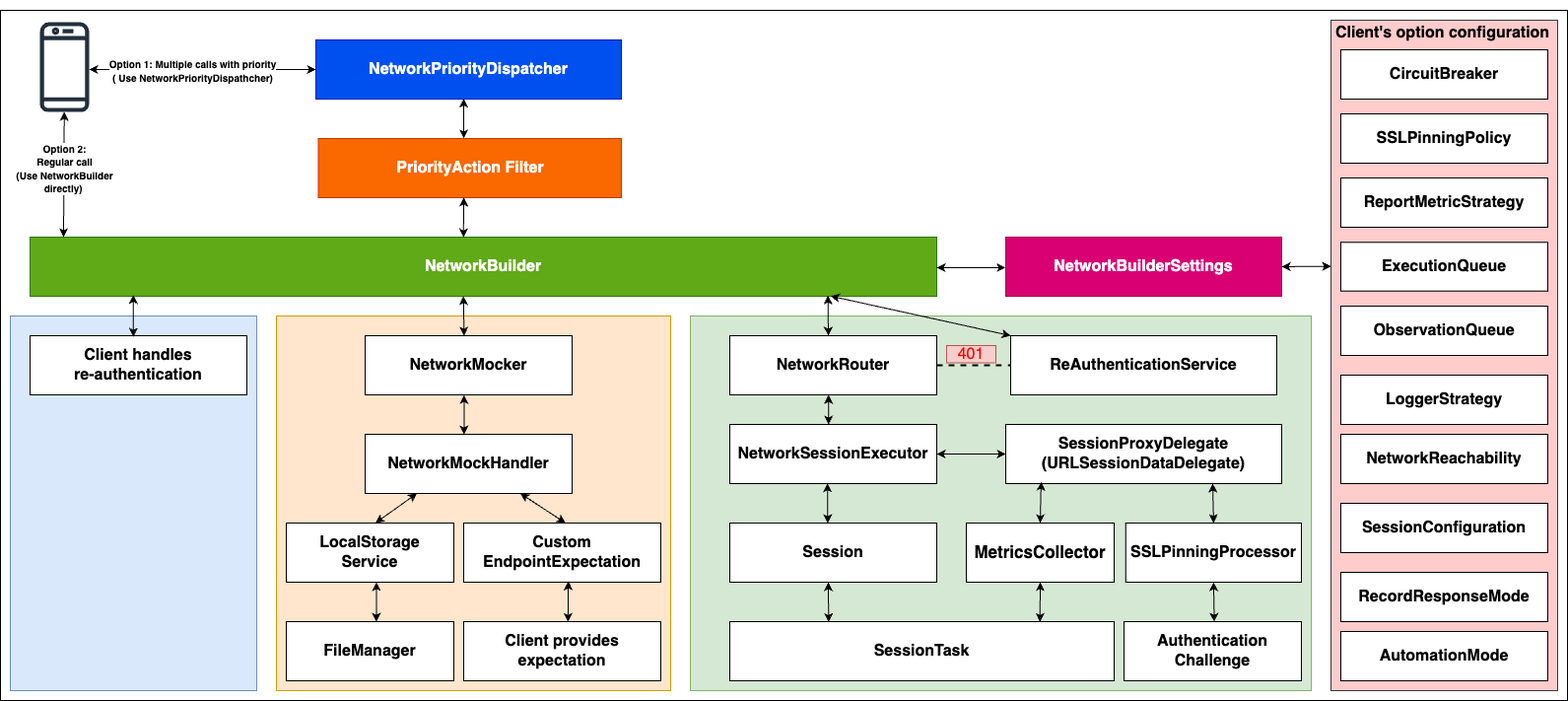
Before: Documents/NetworkCompose-Architecture.png, a diagram exported from draw.io (harryngict/NetworkCompose). Source tidied: cells renumbered, new cells last; positions are measured from the earlier drawing's top-left corner, leaving out a move shared by most shapes.
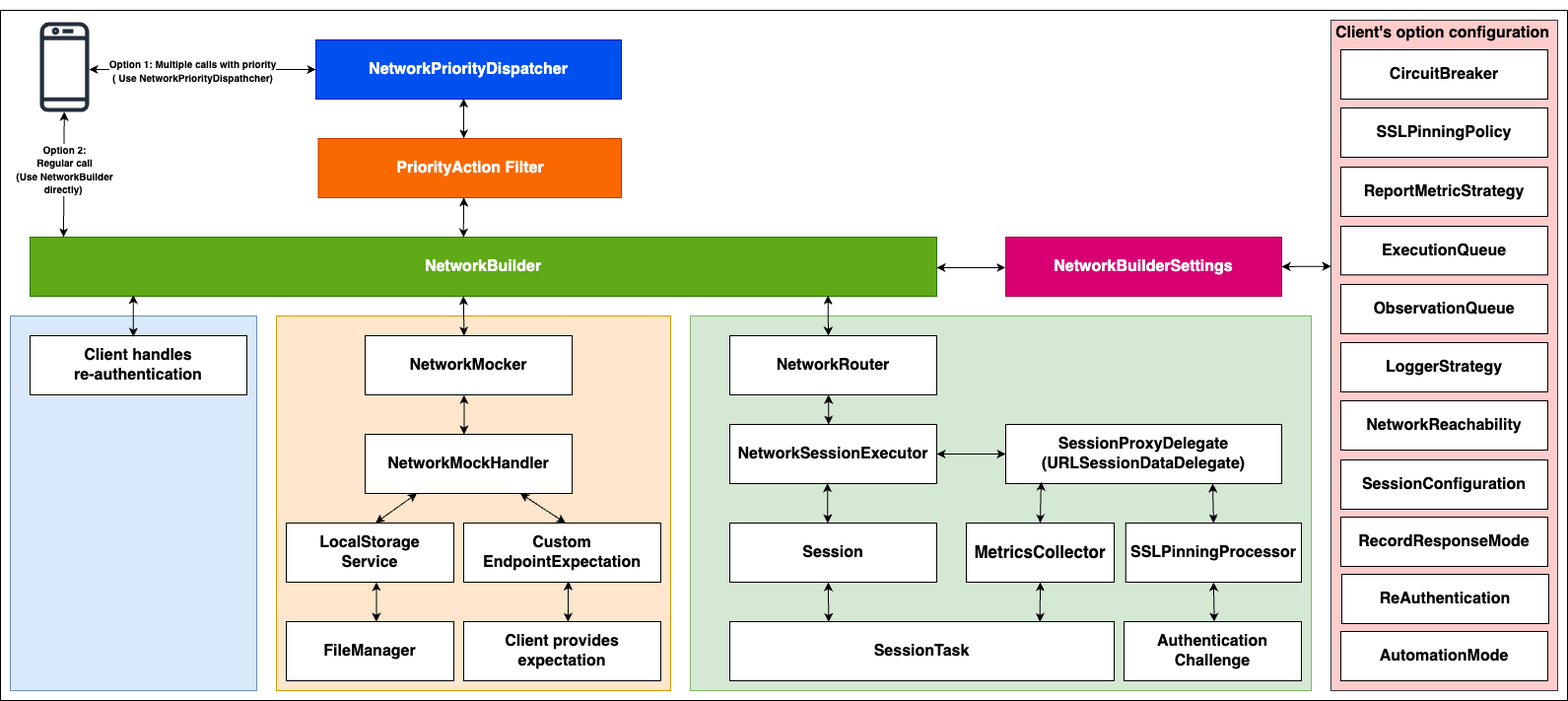
After the commit.

Diff of the diagram source:
```diff
@@ -78,31 +78,31 @@
       <mxGeometry x="1350" y="10" width="230" height="680" as="geometry" />
     </mxCell>
     <mxCell id="26" value="&lt;font style=&quot;font-size: 16px;&quot;&gt;&lt;b&gt;NetworkReachability&lt;/b&gt;&lt;/font&gt;" style="rounded=0;whiteSpace=wrap;html=1;" parent="1" vertex="1">
-      <mxGeometry x="1360" y="430" width="210" height="50" as="geometry" />
+      <mxGeometry x="1360" y="396" width="210" height="50" as="geometry" />
     </mxCell>
     <mxCell id="27" value="&lt;font style=&quot;font-size: 16px;&quot;&gt;&lt;b&gt;ObservationQueue&lt;/b&gt;&lt;/font&gt;" style="rounded=0;whiteSpace=wrap;html=1;" parent="1" vertex="1">
-      <mxGeometry x="1360" y="300" width="210" height="50" as="geometry" />
+      <mxGeometry x="1360" y="278" width="210" height="50" as="geometry" />
     </mxCell>
     <mxCell id="28" value="&lt;font style=&quot;font-size: 16px;&quot;&gt;&lt;b&gt;ExecutionQueue&lt;/b&gt;&lt;/font&gt;" style="rounded=0;whiteSpace=wrap;html=1;" parent="1" vertex="1">
-      <mxGeometry x="1360" y="235.3" width="210" height="49.4" as="geometry" />
+      <mxGeometry x="1360" y="219" width="210" height="49.4" as="geometry" />
     </mxCell>
     <mxCell id="29" value="&lt;b&gt;&lt;font style=&quot;font-size: 16px;&quot;&gt;SessionConfiguration&lt;/font&gt;&lt;/b&gt;" style="rounded=0;whiteSpace=wrap;html=1;" parent="1" vertex="1">
-      <mxGeometry x="1360" y="500" width="210" height="50" as="geometry" />
+      <mxGeometry x="1360" y="456" width="210" height="50" as="geometry" />
     </mxCell>
     <mxCell id="30" value="&lt;font style=&quot;font-size: 16px;&quot;&gt;&lt;b&gt;AutomationMode&lt;/b&gt;&lt;/font&gt;" style="rounded=0;whiteSpace=wrap;html=1;" parent="1" vertex="1">
       <mxGeometry x="1360" y="630" width="210" height="50" as="geometry" />
     </mxCell>
     <mxCell id="31" value="&lt;font style=&quot;font-size: 16px;&quot;&gt;&lt;b&gt;RecordResponseMode&lt;/b&gt;&lt;/font&gt;" style="rounded=0;whiteSpace=wrap;html=1;" parent="1" vertex="1">
-      <mxGeometry x="1360" y="570" width="210" height="50" as="geometry" />
+      <mxGeometry x="1360" y="514" width="210" height="50" as="geometry" />
     </mxCell>
     <mxCell id="32" value="&lt;font style=&quot;font-size: 16px;&quot;&gt;&lt;b&gt;LoggerStrategy&lt;/b&gt;&lt;/font&gt;" style="rounded=0;whiteSpace=wrap;html=1;" parent="1" vertex="1">
-      <mxGeometry x="1360" y="370" width="210" height="50" as="geometry" />
+      <mxGeometry x="1360" y="337" width="210" height="50" as="geometry" />
     </mxCell>
     <mxCell id="33" value="&lt;font style=&quot;font-size: 16px;&quot;&gt;&lt;b&gt;ReportMetricStrategy&lt;/b&gt;&lt;/font&gt;" style="rounded=0;whiteSpace=wrap;html=1;" parent="1" vertex="1">
-      <mxGeometry x="1360" y="170" width="210" height="50" as="geometry" />
+      <mxGeometry x="1360" y="159" width="210" height="50" as="geometry" />
     </mxCell>
     <mxCell id="34" value="&lt;font style=&quot;font-size: 16px;&quot;&gt;&lt;b&gt;SSLPinningPolicy&lt;/b&gt;&lt;/font&gt;" style="rounded=0;whiteSpace=wrap;html=1;" parent="1" vertex="1">
-      <mxGeometry x="1360" y="105" width="210" height="50" as="geometry" />
+      <mxGeometry x="1360" y="99" width="210" height="50" as="geometry" />
     </mxCell>
     <mxCell id="35" value="&lt;h1 style=&quot;&quot;&gt;&lt;font style=&quot;font-size: 16px;&quot;&gt;Client's option configuration&lt;/font&gt;&lt;br&gt;&lt;/h1&gt;" style="text;html=1;strokeColor=none;fillColor=none;spacing=5;spacingTop=-20;whiteSpace=wrap;overflow=hidden;rounded=0;" parent="1" vertex="1">
       <mxGeometry x="1350" width="230" height="40" as="geometry" />
@@ -198,20 +198,11 @@
     <mxCell id="62" value="&lt;b style=&quot;border-color: var(--border-color); font-size: x-small;&quot;&gt;Option 1: Multiple calls with priority&lt;br style=&quot;border-color: var(--border-color);&quot;&gt;( Use NetworkPriorityDispathcher)&lt;/b&gt;" style="edgeLabel;html=1;align=center;verticalAlign=middle;" parent="61" vertex="1">
       <mxGeometry x="-0.09" y="-1" relative="1" as="geometry" />
     </mxCell>
-    <mxCell id="63" value="&lt;b&gt;&lt;font style=&quot;font-size: 16px;&quot;&gt;ReAuthenticationService&lt;/font&gt;&lt;/b&gt;" style="rounded=0;whiteSpace=wrap;html=1;" parent="1" vertex="1">
-      <mxGeometry x="1025" y="330" width="270" height="60" as="geometry" />
-    </mxCell>
-    <mxCell id="64" style="endArrow=classic;startArrow=classic;html=1;rounded=0;entryX=0.883;entryY=0.997;entryDx=0;entryDy=0;entryPerimeter=0;exitX=0;exitY=0;exitDx=0;exitDy=0;" parent="1" edge="1" source="63" target="7">
-      <mxGeometry relative="1" as="geometry" />
-    </mxCell>
-    <mxCell id="65" value="&lt;font color=&quot;#ff0000&quot; style=&quot;font-size: 16px;&quot;&gt;401&lt;/font&gt;" style="text;html=1;strokeColor=#b85450;fillColor=#f8cecc;align=center;verticalAlign=middle;whiteSpace=wrap;rounded=0;" parent="1" vertex="1">
-      <mxGeometry x="960" y="340" width="50" height="17.5" as="geometry" />
-    </mxCell>
-    <mxCell id="66" style="endArrow=none;dashed=1;html=1;rounded=0;exitX=1;exitY=0.5;exitDx=0;exitDy=0;strokeWidth=2;" parent="1" edge="1" source="9" target="63">
-      <mxGeometry relative="1" as="geometry" />
-    </mxCell>
     <mxCell id="67" value="&lt;b&gt;&lt;font style=&quot;font-size: 16px;&quot;&gt;CircuitBreaker&lt;/font&gt;&lt;/b&gt;" style="rounded=0;whiteSpace=wrap;html=1;" parent="1" vertex="1">
       <mxGeometry x="1360" y="40" width="210" height="50" as="geometry" />
     </mxCell>
+    <mxCell id="68" value="&lt;font style=&quot;font-size: 16px;&quot;&gt;&lt;b&gt;ReAuthentication&lt;/b&gt;&lt;/font&gt;" style="rounded=0;whiteSpace=wrap;html=1;" parent="1" vertex="1">
+      <mxGeometry x="1361" y="572" width="210" height="50" as="geometry" />
+    </mxCell>
   </root>
 </mxGraphModel>
```
